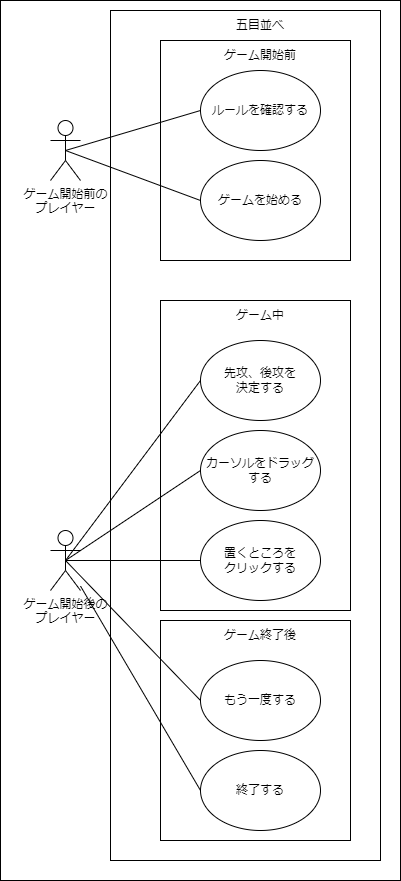
Earlier version of the draw.io export usecase.drawio.png (arashi6FNSM/-4-15). Source tidied: cells renumbered, new cells last; positions are measured from the earlier drawing's top-left corner, leaving out a move shared by most shapes.
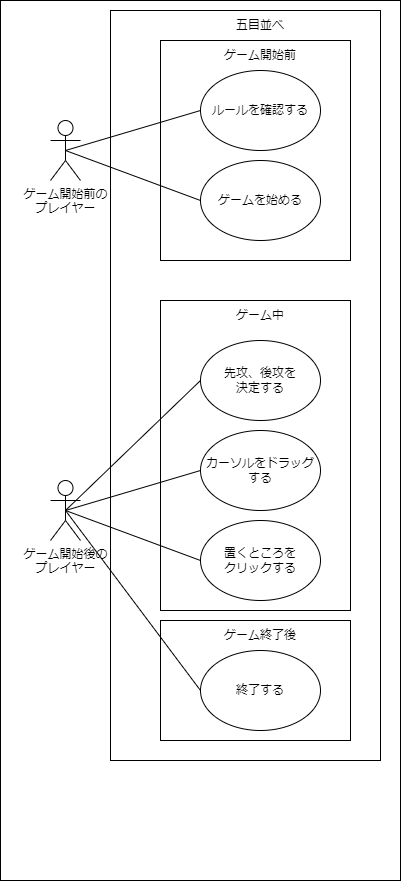
The same diagram one commit later.

The edit, as a diff of the source:
```diff
@@ -9,10 +9,10 @@
       <mxGeometry x="50" y="120" width="30" height="60" as="geometry" />
     </mxCell>
     <mxCell id="4" value="ゲーム開始後の&lt;br&gt;プレイヤー" style="shape=umlActor;verticalLabelPosition=bottom;verticalAlign=top;html=1;outlineConnect=0;" parent="1" vertex="1">
-      <mxGeometry x="50" y="530" width="30" height="60" as="geometry" />
+      <mxGeometry x="50" y="480" width="30" height="60" as="geometry" />
     </mxCell>
     <mxCell id="5" style="whiteSpace=wrap;html=1;" parent="1" vertex="1">
-      <mxGeometry x="110" y="10" width="270" height="850" as="geometry" />
+      <mxGeometry x="110" y="10" width="270" height="750" as="geometry" />
     </mxCell>
     <mxCell id="6" style="whiteSpace=wrap;html=1;" parent="1" vertex="1">
       <mxGeometry x="160" y="40" width="190" height="220" as="geometry" />
@@ -45,18 +45,12 @@
       <mxGeometry relative="1" as="geometry" />
     </mxCell>
     <mxCell id="16" style="whiteSpace=wrap;html=1;" parent="1" vertex="1">
-      <mxGeometry x="160" y="620" width="190" height="220" as="geometry" />
+      <mxGeometry x="160" y="620" width="190" height="120" as="geometry" />
     </mxCell>
-    <mxCell id="17" value="もう一度する" style="ellipse;whiteSpace=wrap;html=1;" parent="1" vertex="1">
-      <mxGeometry x="200" y="660" width="120" height="80" as="geometry" />
-    </mxCell>
     <mxCell id="18" value="終了する" style="ellipse;whiteSpace=wrap;html=1;" parent="1" vertex="1">
-      <mxGeometry x="200" y="750" width="120" height="80" as="geometry" />
+      <mxGeometry x="200" y="650" width="120" height="80" as="geometry" />
     </mxCell>
-    <mxCell id="19" style="endArrow=none;html=1;exitX=0.5;exitY=0.5;exitDx=0;exitDy=0;exitPerimeter=0;entryX=0;entryY=0.5;entryDx=0;entryDy=0;" parent="1" edge="1" source="4" target="17">
-      <mxGeometry relative="1" as="geometry" />
-    </mxCell>
-    <mxCell id="20" style="endArrow=none;html=1;entryX=0;entryY=0.5;entryDx=0;entryDy=0;" parent="1" edge="1" source="4" target="18">
+    <mxCell id="20" style="endArrow=none;html=1;entryX=0;entryY=0.5;entryDx=0;entryDy=0;exitX=0.5;exitY=0.5;exitDx=0;exitDy=0;exitPerimeter=0;" parent="1" edge="1" source="4" target="18">
       <mxGeometry relative="1" as="geometry" />
     </mxCell>
     <mxCell id="21" value="五目並べ" style="text;html=1;strokeColor=none;fillColor=none;align=center;verticalAlign=middle;whiteSpace=wrap;rounded=0;" parent="1" vertex="1">
```
